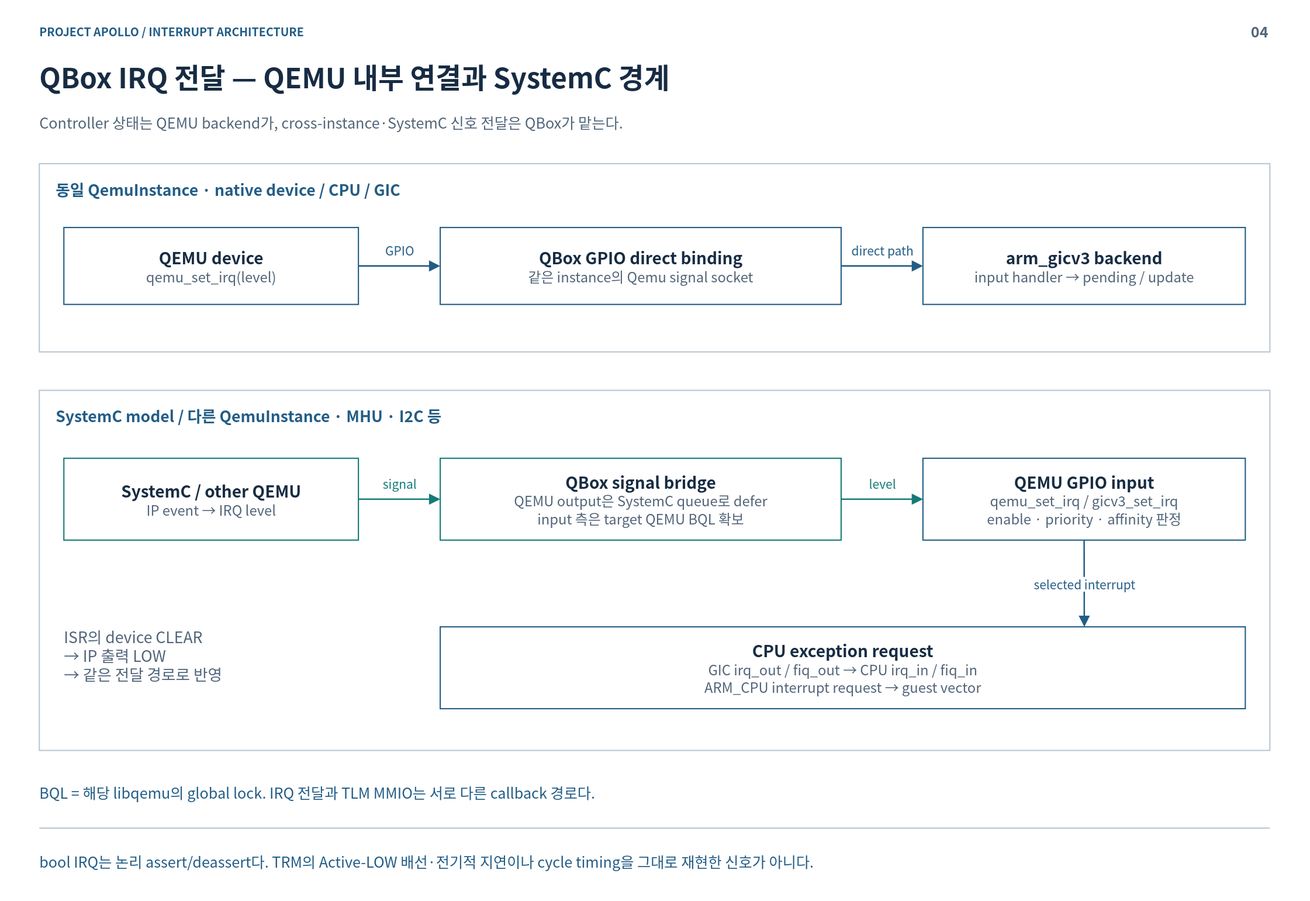
Earlier version of the draw.io export doc/phase1/interrupt/diagrams/04-qbox-delivery.drawio.svg (cometzero/project-apollo). Source tidied: cells renumbered, new cells last; positions are measured from the earlier drawing's top-left corner, leaving out a move shared by most shapes.
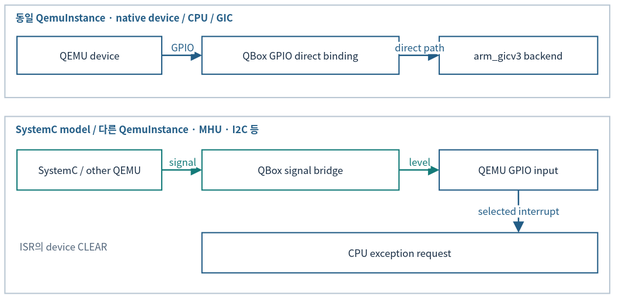
Above is the later version.

What changed in the source:
```diff
@@ -2,91 +2,64 @@
   <root>
     <mxCell id="0" />
     <mxCell id="1" parent="0" />
-    <mxCell id="2" style="rounded=0;whiteSpace=wrap;html=1;fillColor=#FFFFFF;strokeColor=none;strokeWidth=1.5;fontColor=#172C43;fontFamily=Noto Sans CJK KR;fontSize=18;spacing=14;" parent="1" vertex="1">
-      <mxGeometry width="1600" height="1100" as="geometry" />
-    </mxCell>
-    <mxCell id="3" value="PROJECT APOLLO  /  INTERRUPT ARCHITECTURE" style="rounded=0;whiteSpace=wrap;html=1;fillColor=#FFFFFF;strokeColor=none;strokeWidth=1.5;fontColor=#172C43;fontFamily=Noto Sans CJK KR;fontSize=18;spacing=14;fillColor=none;align=left;verticalAlign=middle;spacing=0;fontSize=14;fontColor=#235D86;fontStyle=1;" parent="1" vertex="1">
-      <mxGeometry x="48" y="26" width="1400" height="24" as="geometry" />
-    </mxCell>
-    <mxCell id="4" value="04" style="rounded=0;whiteSpace=wrap;html=1;fillColor=#FFFFFF;strokeColor=none;strokeWidth=1.5;fontColor=#172C43;fontFamily=Noto Sans CJK KR;fontSize=18;spacing=14;fillColor=none;align=right;verticalAlign=middle;spacing=0;fontSize=18;fontColor=#52657A;fontStyle=1;" parent="1" vertex="1">
-      <mxGeometry x="1485" y="23" width="65" height="30" as="geometry" />
-    </mxCell>
-    <mxCell id="5" value="QBox IRQ 전달 — QEMU 내부 연결과 SystemC 경계" style="rounded=0;whiteSpace=wrap;html=1;fillColor=#FFFFFF;strokeColor=none;strokeWidth=1.5;fontColor=#172C43;fontFamily=Noto Sans CJK KR;fontSize=18;spacing=14;fillColor=none;align=left;verticalAlign=middle;spacing=0;fontSize=34;fontColor=#172C43;fontStyle=1;" parent="1" vertex="1">
-      <mxGeometry x="48" y="67" width="1504" height="54" as="geometry" />
-    </mxCell>
-    <mxCell id="6" value="Controller 상태는 QEMU backend가, cross-instance·SystemC 신호 전달은 QBox가 맡는다." style="rounded=0;whiteSpace=wrap;html=1;fillColor=#FFFFFF;strokeColor=none;strokeWidth=1.5;fontColor=#172C43;fontFamily=Noto Sans CJK KR;fontSize=18;spacing=14;fillColor=none;align=left;verticalAlign=middle;spacing=0;fontSize=18;fontColor=#52657A;" parent="1" vertex="1">
-      <mxGeometry x="48" y="127" width="1504" height="44" as="geometry" />
-    </mxCell>
-    <mxCell id="7" style="html=1;rounded=0;edgeStyle=none;endArrow=none;endSize=9;strokeColor=#BAC7D3;strokeWidth=1.6;fontColor=#BAC7D3;fontFamily=Noto Sans CJK KR;fontSize=15;labelBackgroundColor=#FFFFFF;" parent="1" edge="1">
-      <mxGeometry relative="1" as="geometry">
-        <mxPoint x="48" y="1012" as="sourcePoint" />
-        <mxPoint x="1552" y="1012" as="targetPoint" />
-      </mxGeometry>
-    </mxCell>
-    <mxCell id="8" value="bool IRQ는 논리 assert/deassert다. TRM의 Active-LOW 배선·전기적 지연이나 cycle timing을 그대로 재현한 신호가 아니다." style="rounded=0;whiteSpace=wrap;html=1;fillColor=#FFFFFF;strokeColor=none;strokeWidth=1.5;fontColor=#172C43;fontFamily=Noto Sans CJK KR;fontSize=18;spacing=14;fillColor=none;align=left;verticalAlign=middle;spacing=0;fontSize=18;fontColor=#235D86;" parent="1" vertex="1">
-      <mxGeometry x="48" y="1026" width="1504" height="52" as="geometry" />
-    </mxCell>
-    <mxCell id="9" style="rounded=0;whiteSpace=wrap;html=1;fillColor=#FFFFFF;strokeColor=#BAC7D3;strokeWidth=1.5;fontColor=#172C43;fontFamily=Noto Sans CJK KR;fontSize=18;spacing=14;" parent="1" vertex="1">
-      <mxGeometry x="48" y="200" width="1504" height="230" as="geometry" />
+    <mxCell id="9" style="rounded=0;whiteSpace=wrap;html=1;fillColor=#FFFFFF;strokeColor=#BAC7D3;strokeWidth=1.5;fontColor=#172C43;fontFamily=Noto Sans CJK KR;fontSize=12;spacing=3;whiteSpace=wrap;" parent="1" vertex="1">
+      <mxGeometry x="12" y="12" width="740" height="113.2" as="geometry" />
     </mxCell>
-    <mxCell id="10" value="동일 QemuInstance  ·  native device / CPU / GIC" style="rounded=0;whiteSpace=wrap;html=1;fillColor=#FFFFFF;strokeColor=none;strokeWidth=1.5;fontColor=#172C43;fontFamily=Noto Sans CJK KR;fontSize=18;spacing=14;fillColor=none;align=left;verticalAlign=middle;spacing=0;fontSize=19;fontColor=#235D86;fontStyle=1;" parent="1" vertex="1">
-      <mxGeometry x="68" y="215" width="1464" height="32" as="geometry" />
+    <mxCell id="10" value="동일 QemuInstance  ·  native device / CPU / GIC" style="rounded=0;whiteSpace=wrap;html=1;fillColor=#FFFFFF;strokeColor=none;strokeWidth=1.5;fontColor=#172C43;fontFamily=Noto Sans CJK KR;fillColor=none;align=left;verticalAlign=middle;fontColor=#235D86;fontStyle=1;fontSize=12;spacing=3;whiteSpace=wrap;" parent="1" vertex="1">
+      <mxGeometry x="21.8" y="19.4" width="720.3" height="15.7" as="geometry" />
     </mxCell>
-    <mxCell id="11" value="&lt;b style=&quot;font-size:20px&quot;&gt;QEMU device&lt;/b&gt;&lt;br&gt;&lt;font color=&quot;#52657A&quot; style=&quot;font-size:17px&quot;&gt;qemu_set_irq(level)&lt;/font&gt;" style="rounded=0;whiteSpace=wrap;html=1;fillColor=#FFFFFF;strokeColor=#235D86;strokeWidth=1.5;fontColor=#172C43;fontFamily=Noto Sans CJK KR;fontSize=18;spacing=14;" parent="1" vertex="1">
-      <mxGeometry x="78" y="278" width="360" height="94" as="geometry" />
+    <mxCell id="11" value="QEMU device" style="rounded=0;whiteSpace=wrap;html=1;fillColor=#FFFFFF;strokeColor=#235D86;strokeWidth=1.5;fontColor=#172C43;fontFamily=Noto Sans CJK KR;fontSize=12;spacing=3;whiteSpace=wrap;" parent="1" vertex="1">
+      <mxGeometry x="26.8" y="50.4" width="177.1" height="46.2" as="geometry" />
     </mxCell>
-    <mxCell id="12" value="&lt;b style=&quot;font-size:20px&quot;&gt;QBox GPIO direct binding&lt;/b&gt;&lt;br&gt;&lt;font color=&quot;#52657A&quot; style=&quot;font-size:17px&quot;&gt;같은 instance의 Qemu signal socket&lt;/font&gt;" style="rounded=0;whiteSpace=wrap;html=1;fillColor=#FFFFFF;strokeColor=#235D86;strokeWidth=1.5;fontColor=#172C43;fontFamily=Noto Sans CJK KR;fontSize=18;spacing=14;" parent="1" vertex="1">
-      <mxGeometry x="538" y="278" width="490" height="94" as="geometry" />
+    <mxCell id="12" value="QBox GPIO direct binding" style="rounded=0;whiteSpace=wrap;html=1;fillColor=#FFFFFF;strokeColor=#235D86;strokeWidth=1.5;fontColor=#172C43;fontFamily=Noto Sans CJK KR;fontSize=12;spacing=3;whiteSpace=wrap;" parent="1" vertex="1">
+      <mxGeometry x="253.1" y="50.4" width="241.1" height="46.2" as="geometry" />
     </mxCell>
-    <mxCell id="13" value="&lt;b style=&quot;font-size:20px&quot;&gt;arm_gicv3 backend&lt;/b&gt;&lt;br&gt;&lt;font color=&quot;#52657A&quot; style=&quot;font-size:17px&quot;&gt;input handler → pending / update&lt;/font&gt;" style="rounded=0;whiteSpace=wrap;html=1;fillColor=#FFFFFF;strokeColor=#235D86;strokeWidth=1.5;fontColor=#172C43;fontFamily=Noto Sans CJK KR;fontSize=18;spacing=14;" parent="1" vertex="1">
-      <mxGeometry x="1128" y="278" width="394" height="94" as="geometry" />
+    <mxCell id="13" value="arm_gicv3 backend" style="rounded=0;whiteSpace=wrap;html=1;fillColor=#FFFFFF;strokeColor=#235D86;strokeWidth=1.5;fontColor=#172C43;fontFamily=Noto Sans CJK KR;fontSize=12;spacing=3;whiteSpace=wrap;" parent="1" vertex="1">
+      <mxGeometry x="543.4" y="50.4" width="193.9" height="46.2" as="geometry" />
     </mxCell>
-    <mxCell id="14" value="GPIO" style="html=1;whiteSpace=nowrap;rounded=0;edgeStyle=none;endArrow=block;endFill=1;endSize=9;strokeColor=#235D86;strokeWidth=1.8;fontColor=#235D86;fontFamily=Noto Sans CJK KR;fontSize=15;labelBackgroundColor=#FFFFFF;exitX=1;exitY=0.5;exitDx=0;exitDy=0;entryX=0;entryY=0.5;entryDx=0;entryDy=0;" parent="1" edge="1" source="11" target="12">
+    <mxCell id="14" value="GPIO" style="html=1;rounded=0;edgeStyle=none;endArrow=block;endFill=1;endSize=9;strokeColor=#235D86;strokeWidth=1.8;fontColor=#235D86;fontFamily=Noto Sans CJK KR;labelBackgroundColor=#FFFFFF;exitX=1;exitY=0.5;exitDx=0;exitDy=0;entryX=0;entryY=0.5;entryDx=0;entryDy=0;fontSize=12;spacing=3;whiteSpace=nowrap;" parent="1" edge="1" source="11" target="12">
       <mxGeometry relative="1" as="geometry">
-        <mxPoint y="-20" as="offset" />
+        <mxPoint y="-9.8" as="offset" />
       </mxGeometry>
     </mxCell>
-    <mxCell id="15" value="direct path" style="html=1;whiteSpace=nowrap;rounded=0;edgeStyle=none;endArrow=block;endFill=1;endSize=9;strokeColor=#235D86;strokeWidth=1.8;fontColor=#235D86;fontFamily=Noto Sans CJK KR;fontSize=15;labelBackgroundColor=#FFFFFF;exitX=1;exitY=0.5;exitDx=0;exitDy=0;entryX=0;entryY=0.5;entryDx=0;entryDy=0;" parent="1" edge="1" source="12" target="13">
+    <mxCell id="15" value="direct path" style="html=1;rounded=0;edgeStyle=none;endArrow=block;endFill=1;endSize=9;strokeColor=#235D86;strokeWidth=1.8;fontColor=#235D86;fontFamily=Noto Sans CJK KR;labelBackgroundColor=#FFFFFF;exitX=1;exitY=0.5;exitDx=0;exitDy=0;entryX=0;entryY=0.5;entryDx=0;entryDy=0;fontSize=12;spacing=3;whiteSpace=nowrap;" parent="1" edge="1" source="12" target="13">
       <mxGeometry relative="1" as="geometry">
-        <mxPoint y="-20" as="offset" />
+        <mxPoint y="-9.8" as="offset" />
       </mxGeometry>
     </mxCell>
-    <mxCell id="16" style="rounded=0;whiteSpace=wrap;html=1;fillColor=#FFFFFF;strokeColor=#BAC7D3;strokeWidth=1.5;fontColor=#172C43;fontFamily=Noto Sans CJK KR;fontSize=18;spacing=14;" parent="1" vertex="1">
-      <mxGeometry x="48" y="477" width="1504" height="440" as="geometry" />
+    <mxCell id="16" style="rounded=0;whiteSpace=wrap;html=1;fillColor=#FFFFFF;strokeColor=#BAC7D3;strokeWidth=1.5;fontColor=#172C43;fontFamily=Noto Sans CJK KR;fontSize=12;spacing=3;whiteSpace=wrap;" parent="1" vertex="1">
+      <mxGeometry x="12" y="148.3" width="740" height="216.5" as="geometry" />
     </mxCell>
-    <mxCell id="17" value="SystemC model / 다른 QemuInstance  ·  MHU · I2C 등" style="rounded=0;whiteSpace=wrap;html=1;fillColor=#FFFFFF;strokeColor=none;strokeWidth=1.5;fontColor=#172C43;fontFamily=Noto Sans CJK KR;fontSize=18;spacing=14;fillColor=none;align=left;verticalAlign=middle;spacing=0;fontSize=19;fontColor=#235D86;fontStyle=1;" parent="1" vertex="1">
-      <mxGeometry x="68" y="492" width="1464" height="32" as="geometry" />
+    <mxCell id="17" value="SystemC model / 다른 QemuInstance  ·  MHU · I2C 등" style="rounded=0;whiteSpace=wrap;html=1;fillColor=#FFFFFF;strokeColor=none;strokeWidth=1.5;fontColor=#172C43;fontFamily=Noto Sans CJK KR;fillColor=none;align=left;verticalAlign=middle;fontColor=#235D86;fontStyle=1;fontSize=12;spacing=3;whiteSpace=wrap;" parent="1" vertex="1">
+      <mxGeometry x="21.8" y="155.7" width="720.3" height="15.7" as="geometry" />
     </mxCell>
-    <mxCell id="18" value="&lt;b style=&quot;font-size:20px&quot;&gt;SystemC / other QEMU&lt;/b&gt;&lt;br&gt;&lt;font color=&quot;#52657A&quot; style=&quot;font-size:17px&quot;&gt;IP event → IRQ level&lt;/font&gt;" style="rounded=0;whiteSpace=wrap;html=1;fillColor=#FFFFFF;strokeColor=#147B79;strokeWidth=1.5;fontColor=#172C43;fontFamily=Noto Sans CJK KR;fontSize=18;spacing=14;" parent="1" vertex="1">
-      <mxGeometry x="78" y="560" width="360" height="100" as="geometry" />
+    <mxCell id="18" value="SystemC / other QEMU" style="rounded=0;whiteSpace=wrap;html=1;fillColor=#FFFFFF;strokeColor=#147B79;strokeWidth=1.5;fontColor=#172C43;fontFamily=Noto Sans CJK KR;fontSize=12;spacing=3;whiteSpace=wrap;" parent="1" vertex="1">
+      <mxGeometry x="26.8" y="189.1" width="177.1" height="49.2" as="geometry" />
     </mxCell>
-    <mxCell id="19" value="&lt;b style=&quot;font-size:20px&quot;&gt;QBox signal bridge&lt;/b&gt;&lt;br&gt;&lt;font color=&quot;#52657A&quot; style=&quot;font-size:17px&quot;&gt;QEMU output은 SystemC queue로 defer&lt;br&gt;input 측은 target QEMU BQL 확보&lt;/font&gt;" style="rounded=0;whiteSpace=wrap;html=1;fillColor=#FFFFFF;strokeColor=#147B79;strokeWidth=1.5;fontColor=#172C43;fontFamily=Noto Sans CJK KR;fontSize=18;spacing=14;" parent="1" vertex="1">
-      <mxGeometry x="538" y="560" width="490" height="100" as="geometry" />
+    <mxCell id="19" value="QBox signal bridge" style="rounded=0;whiteSpace=wrap;html=1;fillColor=#FFFFFF;strokeColor=#147B79;strokeWidth=1.5;fontColor=#172C43;fontFamily=Noto Sans CJK KR;fontSize=12;spacing=3;whiteSpace=wrap;" parent="1" vertex="1">
+      <mxGeometry x="253.1" y="189.1" width="241.1" height="49.2" as="geometry" />
     </mxCell>
-    <mxCell id="20" value="&lt;b style=&quot;font-size:20px&quot;&gt;QEMU GPIO input&lt;/b&gt;&lt;br&gt;&lt;font color=&quot;#52657A&quot; style=&quot;font-size:17px&quot;&gt;qemu_set_irq / gicv3_set_irq&lt;br&gt;enable · priority · affinity 판정&lt;/font&gt;" style="rounded=0;whiteSpace=wrap;html=1;fillColor=#FFFFFF;strokeColor=#235D86;strokeWidth=1.5;fontColor=#172C43;fontFamily=Noto Sans CJK KR;fontSize=18;spacing=14;" parent="1" vertex="1">
-      <mxGeometry x="1128" y="560" width="394" height="100" as="geometry" />
+    <mxCell id="20" value="QEMU GPIO input" style="rounded=0;whiteSpace=wrap;html=1;fillColor=#FFFFFF;strokeColor=#235D86;strokeWidth=1.5;fontColor=#172C43;fontFamily=Noto Sans CJK KR;fontSize=12;spacing=3;whiteSpace=wrap;" parent="1" vertex="1">
+      <mxGeometry x="543.4" y="189.1" width="193.9" height="49.2" as="geometry" />
     </mxCell>
-    <mxCell id="21" value="signal" style="html=1;whiteSpace=nowrap;rounded=0;edgeStyle=none;endArrow=block;endFill=1;endSize=9;strokeColor=#147B79;strokeWidth=1.8;fontColor=#147B79;fontFamily=Noto Sans CJK KR;fontSize=15;labelBackgroundColor=#FFFFFF;exitX=1;exitY=0.5;exitDx=0;exitDy=0;entryX=0;entryY=0.5;entryDx=0;entryDy=0;" parent="1" edge="1" source="18" target="19">
+    <mxCell id="21" value="signal" style="html=1;rounded=0;edgeStyle=none;endArrow=block;endFill=1;endSize=9;strokeColor=#147B79;strokeWidth=1.8;fontColor=#147B79;fontFamily=Noto Sans CJK KR;labelBackgroundColor=#FFFFFF;exitX=1;exitY=0.5;exitDx=0;exitDy=0;entryX=0;entryY=0.5;entryDx=0;entryDy=0;fontSize=12;spacing=3;whiteSpace=nowrap;" parent="1" edge="1" source="18" target="19">
       <mxGeometry relative="1" as="geometry">
-        <mxPoint y="-20" as="offset" />
+        <mxPoint y="-9.8" as="offset" />
       </mxGeometry>
     </mxCell>
-    <mxCell id="22" value="level" style="html=1;whiteSpace=nowrap;rounded=0;edgeStyle=none;endArrow=block;endFill=1;endSize=9;strokeColor=#147B79;strokeWidth=1.8;fontColor=#147B79;fontFamily=Noto Sans CJK KR;fontSize=15;labelBackgroundColor=#FFFFFF;exitX=1;exitY=0.5;exitDx=0;exitDy=0;entryX=0;entryY=0.5;entryDx=0;entryDy=0;" parent="1" edge="1" source="19" target="20">
+    <mxCell id="22" value="level" style="html=1;rounded=0;edgeStyle=none;endArrow=block;endFill=1;endSize=9;strokeColor=#147B79;strokeWidth=1.8;fontColor=#147B79;fontFamily=Noto Sans CJK KR;labelBackgroundColor=#FFFFFF;exitX=1;exitY=0.5;exitDx=0;exitDy=0;entryX=0;entryY=0.5;entryDx=0;entryDy=0;fontSize=12;spacing=3;whiteSpace=nowrap;" parent="1" edge="1" source="19" target="20">
       <mxGeometry relative="1" as="geometry">
-        <mxPoint y="-20" as="offset" />
+        <mxPoint y="-9.8" as="offset" />
       </mxGeometry>
     </mxCell>
-    <mxCell id="23" value="&lt;b style=&quot;font-size:20px&quot;&gt;CPU exception request&lt;/b&gt;&lt;br&gt;&lt;font color=&quot;#52657A&quot; style=&quot;font-size:17px&quot;&gt;GIC irq_out / fiq_out → CPU irq_in / fiq_in&lt;br&gt;ARM_CPU interrupt request → guest vector&lt;/font&gt;" style="rounded=0;whiteSpace=wrap;html=1;fillColor=#FFFFFF;strokeColor=#235D86;strokeWidth=1.5;fontColor=#172C43;fontFamily=Noto Sans CJK KR;fontSize=18;spacing=14;" parent="1" vertex="1">
-      <mxGeometry x="538" y="766" width="984" height="100" as="geometry" />
+    <mxCell id="23" value="CPU exception request" style="rounded=0;whiteSpace=wrap;html=1;fillColor=#FFFFFF;strokeColor=#235D86;strokeWidth=1.5;fontColor=#172C43;fontFamily=Noto Sans CJK KR;fontSize=12;spacing=3;whiteSpace=wrap;" parent="1" vertex="1">
+      <mxGeometry x="253.1" y="290.5" width="484.1" height="49.2" as="geometry" />
     </mxCell>
-    <mxCell id="24" value="selected interrupt" style="html=1;whiteSpace=nowrap;rounded=0;edgeStyle=none;endArrow=block;endFill=1;endSize=9;strokeColor=#235D86;strokeWidth=1.8;fontColor=#235D86;fontFamily=Noto Sans CJK KR;fontSize=15;labelBackgroundColor=#FFFFFF;exitX=0.5;exitY=1;exitDx=0;exitDy=0;entryX=0.8;entryY=0;entryDx=0;entryDy=0;" parent="1" edge="1" source="20" target="23">
+    <mxCell id="24" value="selected interrupt" style="html=1;rounded=0;edgeStyle=none;endArrow=block;endFill=1;endSize=9;strokeColor=#235D86;strokeWidth=1.8;fontColor=#235D86;fontFamily=Noto Sans CJK KR;labelBackgroundColor=#FFFFFF;exitX=0.5;exitY=1;exitDx=0;exitDy=0;entryX=0.8;entryY=0;entryDx=0;entryDy=0;fontSize=12;spacing=3;whiteSpace=nowrap;" parent="1" edge="1" source="20" target="23">
       <mxGeometry relative="1" as="geometry" />
     </mxCell>
-    <mxCell id="25" value="ISR의 device CLEAR&lt;br&gt;→ IP 출력 LOW&lt;br&gt;→ 같은 전달 경로로 반영" style="rounded=0;whiteSpace=wrap;html=1;fillColor=#FFFFFF;strokeColor=none;strokeWidth=1.5;fontColor=#172C43;fontFamily=Noto Sans CJK KR;fontSize=18;spacing=14;fillColor=none;align=left;verticalAlign=middle;spacing=0;fontSize=19;fontColor=#52657A;" parent="1" vertex="1">
-      <mxGeometry x="78" y="738" width="360" height="125" as="geometry" />
+    <mxCell id="25" value="ISR의 device CLEAR" style="rounded=0;whiteSpace=wrap;html=1;fillColor=#FFFFFF;strokeColor=none;strokeWidth=1.5;fontColor=#172C43;fontFamily=Noto Sans CJK KR;fillColor=none;align=left;verticalAlign=middle;fontColor=#52657A;fontSize=12;spacing=3;whiteSpace=wrap;" parent="1" vertex="1">
+      <mxGeometry x="26.8" y="276.7" width="177.1" height="61.5" as="geometry" />
     </mxCell>
-    <mxCell id="26" value="BQL = 해당 libqemu의 global lock. IRQ 전달과 TLM MMIO는 서로 다른 callback 경로다." style="rounded=0;whiteSpace=wrap;html=1;fillColor=#FFFFFF;strokeColor=none;strokeWidth=1.5;fontColor=#172C43;fontFamily=Noto Sans CJK KR;fontSize=18;spacing=14;fillColor=none;align=left;verticalAlign=middle;spacing=0;fontSize=18;fontColor=#235D86;" parent="1" vertex="1">
-      <mxGeometry x="48" y="950" width="1504" height="36" as="geometry" />
-    </mxCell>
   </root>
 </mxGraphModel>
```
